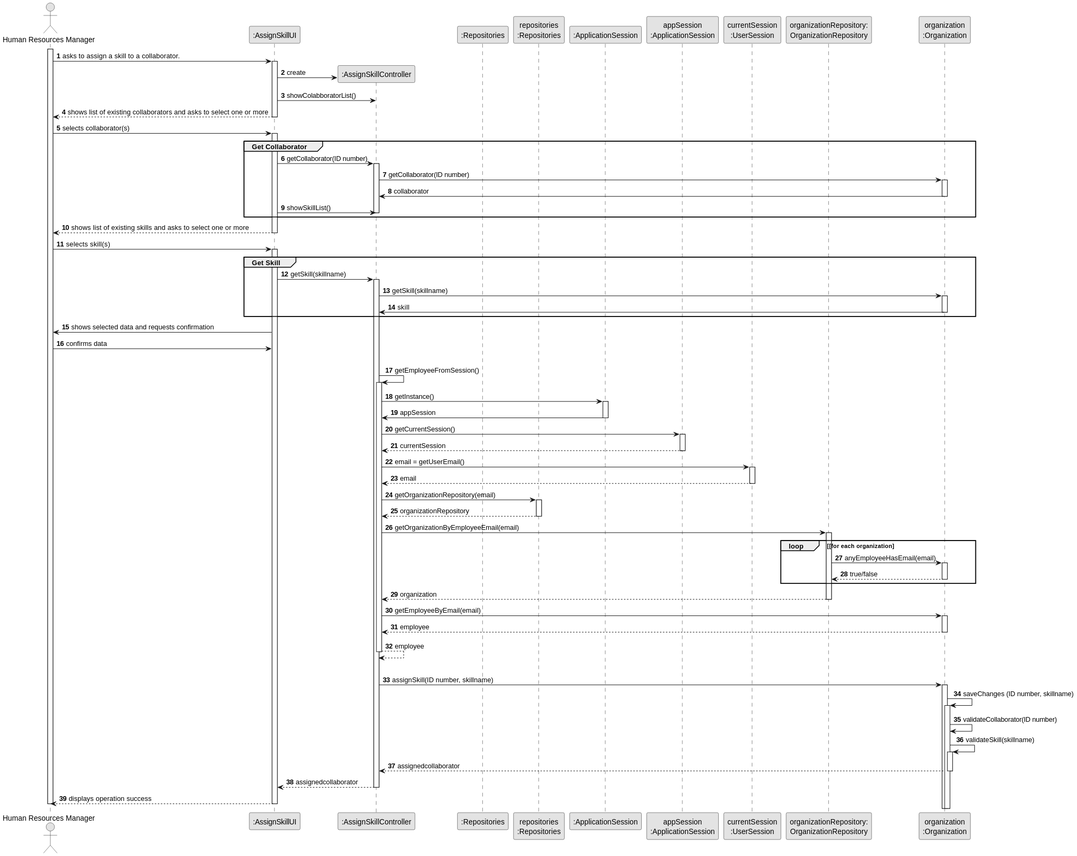
Before: docs/sprint2/us004/03.design/svg/us004-sequence-diagram-full.svg, a diagram exported from PlantUML (tiagosoa/lei-24-s2-1dgh-g073).
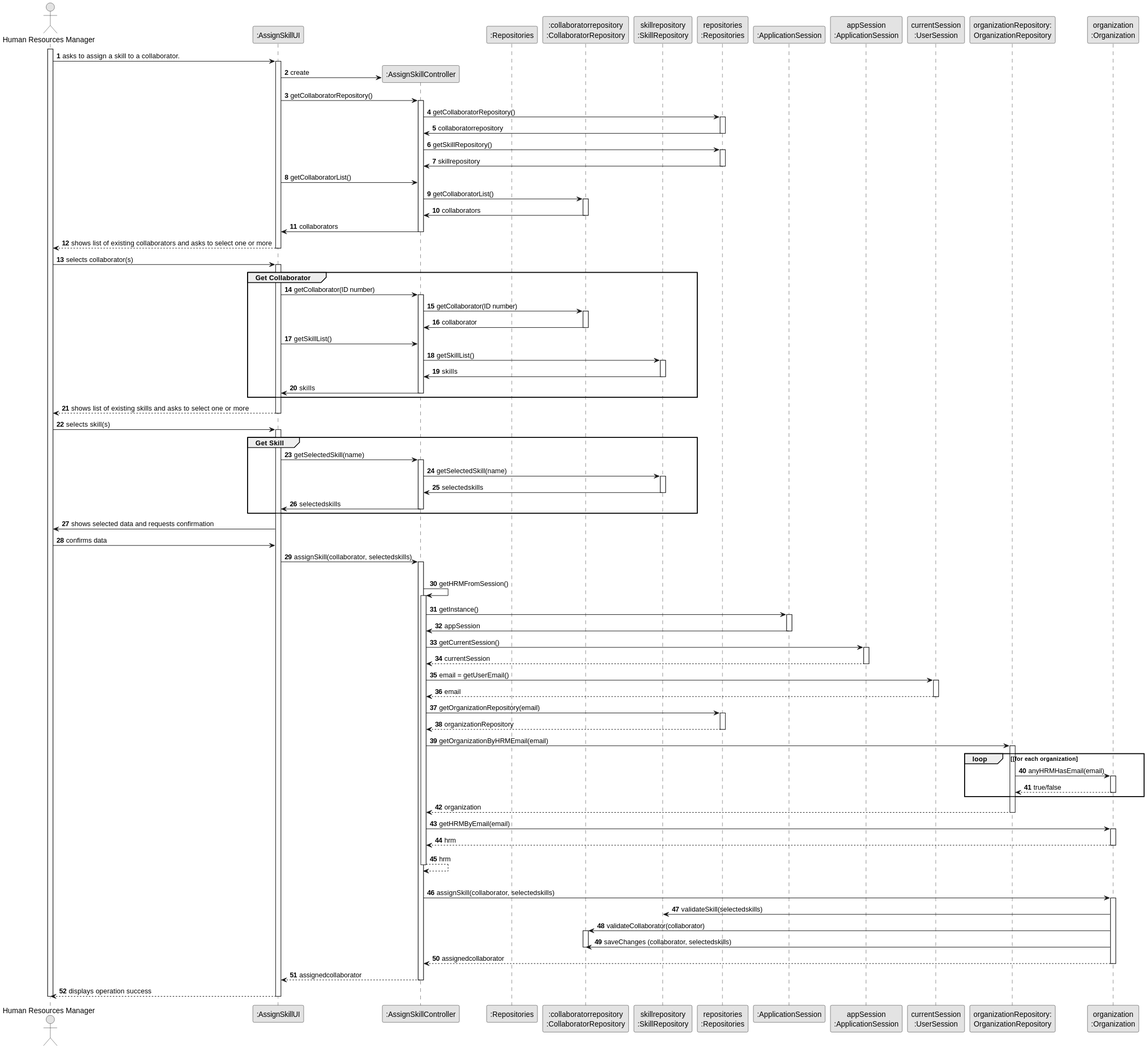
Above is the later version.

What changed in the source:
```diff
@@ -9,6 +9,8 @@
 participant ":AssignSkillUI" as UI
 participant ":AssignSkillController" as CTRL
 participant ":Repositories" as RepositorySingleton
+participant ":collaboratorrepository\n:CollaboratorRepository" as CR
+participant "skillrepository\n:SkillRepository" as SR
 participant "repositories\n:Repositories" as PLAT
 participant ":ApplicationSession" as _APP
 participant "appSession\n:ApplicationSession" as APP
@@ -23,8 +25,31 @@
         activate UI
 
             UI -> CTRL** : create
-            UI -> CTRL: showColabboratorList()
 
+                         UI -> CTRL : getCollaboratorRepository()
+                         activate CTRL
+
+                                 CTRL -> PLAT : getCollaboratorRepository()
+                                         activate PLAT
+
+                                     PLAT -> CTRL : collaboratorrepository
+                                     deactivate PLAT
+
+                                 CTRL -> PLAT : getSkillRepository()
+                                         activate PLAT
+
+                                     PLAT -> CTRL : skillrepository
+                                     deactivate PLAT
+
+            UI -> CTRL: getCollaboratorList()
+        CTRL -> CR: getCollaboratorList()
+        activate CR
+
+        CR -> CTRL: collaborators
+        deactivate CR
+
+        CTRL -> UI: collaborators
+        deactivate CTRL
 
     UI --> ADM : shows list of existing collaborators and asks to select one or more
     deactivate UI
@@ -37,14 +62,22 @@
         UI -> CTRL : getCollaborator(ID number)
         activate CTRL
 
-        CTRL -> ORG : getCollaborator(ID number)
-        activate ORG
+        CTRL -> CR : getCollaborator(ID number)
+        activate CR
 
-        ORG -> CTRL : collaborator
-        deactivate ORG
+        CR -> CTRL : collaborator
+        deactivate CR
 
-        UI -> CTRL : showSkillList()
+            UI -> CTRL: getSkillList()
+        CTRL -> SR: getSkillList()
+        activate SR
+
+        SR -> CTRL: skills
+        deactivate SR
+
+        CTRL -> UI: skills
         deactivate CTRL
+
     end
     UI --> ADM : shows list of existing skills and asks to select one or more
     deactivate UI
@@ -55,14 +88,17 @@
 
    group Get Skill
 
-        UI -> CTRL : getSkill(skillname)
+        UI -> CTRL : getSelectedSkill(name)
         activate CTRL
 
-        CTRL -> ORG : getSkill(skillname)
-        activate ORG
+        CTRL -> SR : getSelectedSkill(name)
+        activate SR
 
-        ORG -> CTRL : skill
-        deactivate ORG
+        SR -> CTRL : selectedskills
+        deactivate SR
+
+        CTRL -> UI : selectedskills
+        deactivate CTRL
 
    end
 
@@ -70,9 +106,12 @@
 
    ADM -> UI : confirms data
 
+   UI -> CTRL: assignSkill(collaborator, selectedskills)
+   activate CTRL
+
 
             |||
-            CTRL -> CTRL : getEmployeeFromSession()
+            CTRL -> CTRL : getHRMFromSession()
             activate CTRL
 
                 CTRL -> _APP: getInstance()
@@ -101,11 +140,11 @@
                 deactivate PLAT
 
 
-                CTRL -> OrganizationRepository: getOrganizationByEmployeeEmail(email)
+                CTRL -> OrganizationRepository: getOrganizationByHRMEmail(email)
                 activate OrganizationRepository
 
                     loop [for each organization
-                        OrganizationRepository -> ORG : anyEmployeeHasEmail(email)
+                        OrganizationRepository -> ORG : anyHRMHasEmail(email)
                         activate ORG
 
                              ORG --> OrganizationRepository : true/false
@@ -114,25 +153,26 @@
                     OrganizationRepository --> CTRL : organization
                 deactivate OrganizationRepository
 
-                CTRL -> ORG: getEmployeeByEmail(email)
+                CTRL -> ORG: getHRMByEmail(email)
                 activate ORG
 
-                    ORG --> CTRL : employee
+                    ORG --> CTRL : hrm
                 deactivate ORG
 
-                CTRL --> CTRL : employee
+                CTRL --> CTRL : hrm
             deactivate CTRL
 
             |||
-            CTRL -> ORG: assignSkill(ID number, skillname)
+            CTRL -> ORG: assignSkill(collaborator, selectedskills)
             activate ORG
-                ORG -> ORG: saveChanges (ID number, skillname)
 
 
-                activate ORG
-                    ORG -> ORG: validateCollaborator(ID number)
-                    ORG -> ORG: validateSkill(skillname)
-                    activate ORG
+
+                    ORG -> SR: validateSkill(selectedskills)
+                    ORG -> CR: validateCollaborator(collaborator)
+                    activate CR
+                ORG -> CR: saveChanges (collaborator, selectedskills)
+deactivate CR
 
 
                 ORG --> CTRL : assignedcollaborator
```
